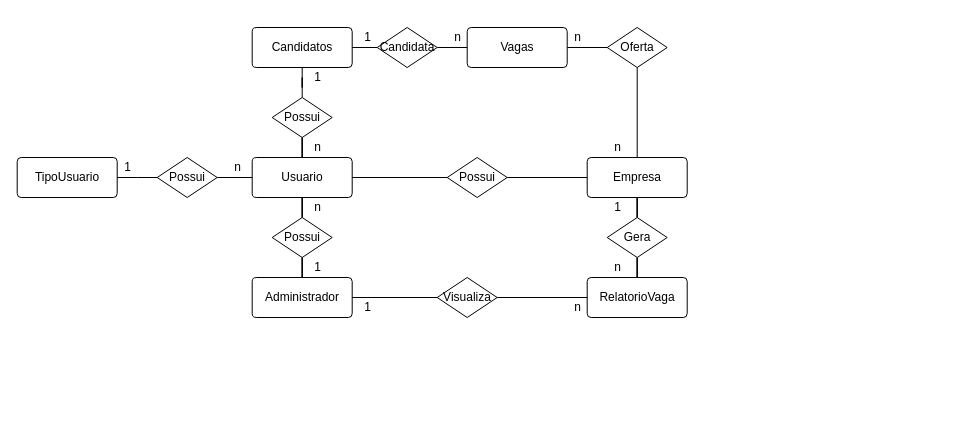
The draw.io diagram page "MODELO CONCEITUAL" (1 of 2) of ModelosEntidadeRelacionamento/MODELOs.drawio in renansalvino/GoVagas, before the edit. Source tidied: cells renumbered, new cells numbered last; positions are measured from the earlier drawing's top-left corner, leaving out a move shared by most shapes. Both pictures are drawn from the tidied source at 100%, with x=0, y=0 at pixel (17, 27).
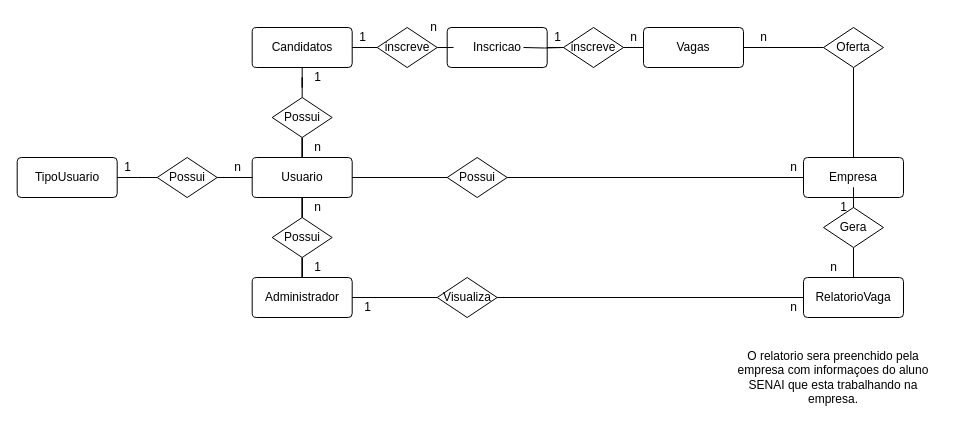
Above is the later version.

Commit message:
atualiza novamente modelos sq

The change refers to these unchanged cells:
```xml
<mxCell id="3" value="Candidatos" style="rounded=1;arcSize=10;whiteSpace=wrap;html=1;align=center;" parent="1" vertex="1">
  <mxGeometry x="234.7" width="100" height="40" as="geometry" />
</mxCell>
```

Change to the diagram source:
```diff
@@
     <mxCell id="5" value="Empresa" style="rounded=1;arcSize=10;whiteSpace=wrap;html=1;align=center;" parent="1" vertex="1">
-      <mxGeometry x="569.7" y="130" width="100" height="40" as="geometry" />
+      <mxGeometry x="786" y="130" width="100" height="40" as="geometry" />
     </mxCell>
@@
     <mxCell id="14" value="Oferta" style="shape=rhombus;perimeter=rhombusPerimeter;whiteSpace=wrap;html=1;align=center;" parent="1" vertex="1">
-      <mxGeometry x="589.7" width="60" height="40" as="geometry" />
+      <mxGeometry x="806" width="60" height="40" as="geometry" />
     </mxCell>
     <mxCell id="15" value="Vagas" style="rounded=1;arcSize=10;whiteSpace=wrap;html=1;align=center;" parent="1" vertex="1">
-      <mxGeometry x="449.7" width="100" height="40" as="geometry" />
+      <mxGeometry x="626" width="100" height="40" as="geometry" />
     </mxCell>
@@
-    <mxCell id="19" style="edgeStyle=orthogonalEdgeStyle;rounded=0;jettySize=auto;html=1;entryX=1;entryY=0.5;entryDx=0;entryDy=0;endArrow=none;endFill=0;" parent="1" edge="1" source="21" target="3">
+    <mxCell id="19" style="edgeStyle=orthogonalEdgeStyle;rounded=0;jettySize=auto;html=1;entryX=1;entryY=0.5;entryDx=0;entryDy=0;endArrow=none;endFill=0;" parent="1" edge="1" source="49" target="3">
       <mxGeometry relative="1" as="geometry" />
     </mxCell>
-    <mxCell id="20" style="edgeStyle=orthogonalEdgeStyle;rounded=0;jettySize=auto;html=1;entryX=0;entryY=0.5;entryDx=0;entryDy=0;endArrow=none;endFill=0;" parent="1" edge="1" source="21" target="15">
-      <mxGeometry relative="1" as="geometry" />
+    <mxCell id="20" style="edgeStyle=orthogonalEdgeStyle;rounded=0;jettySize=auto;html=1;entryX=0;entryY=0.5;entryDx=0;entryDy=0;endArrow=none;endFill=0;" parent="1" edge="1" source="51" target="15">
+      <mxGeometry relative="1" as="geometry">
+        <Array as="points">
+          <mxPoint x="476" y="20" />
+          <mxPoint x="476" y="20" />
+        </Array>
+      </mxGeometry>
     </mxCell>
-    <mxCell id="21" value="Candidata" style="shape=rhombus;perimeter=rhombusPerimeter;whiteSpace=wrap;html=1;align=center;" parent="1" vertex="1">
-      <mxGeometry x="359.7" width="60" height="40" as="geometry" />
-    </mxCell>
@@
     <mxCell id="26" value="RelatorioVaga" style="rounded=1;arcSize=10;whiteSpace=wrap;html=1;align=center;" parent="1" vertex="1">
-      <mxGeometry x="569.7" y="250" width="100" height="40" as="geometry" />
+      <mxGeometry x="786" y="250" width="100" height="40" as="geometry" />
     </mxCell>
@@
     <mxCell id="29" value="Gera" style="shape=rhombus;perimeter=rhombusPerimeter;whiteSpace=wrap;html=1;align=center;" parent="1" vertex="1">
-      <mxGeometry x="589.7" y="190" width="60" height="40" as="geometry" />
+      <mxGeometry x="806" y="180" width="60" height="40" as="geometry" />
     </mxCell>
@@
     <mxCell id="37" value="1" style="text;html=1;align=center;verticalAlign=middle;" parent="1" vertex="1">
-      <mxGeometry x="339.7" width="20" height="20" as="geometry" />
+      <mxGeometry x="334.7" width="20" height="20" as="geometry" />
     </mxCell>
     <mxCell id="38" value="n" style="text;html=1;align=center;verticalAlign=middle;" parent="1" vertex="1">
-      <mxGeometry x="429.7" width="20" height="20" as="geometry" />
+      <mxGeometry x="606" width="20" height="20" as="geometry" />
     </mxCell>
     <mxCell id="39" value="n" style="text;html=1;align=center;verticalAlign=middle;" parent="1" vertex="1">
-      <mxGeometry x="549.7" width="20" height="20" as="geometry" />
+      <mxGeometry x="736" width="20" height="20" as="geometry" />
     </mxCell>
     <mxCell id="40" value="n" style="text;html=1;align=center;verticalAlign=middle;" parent="1" vertex="1">
-      <mxGeometry x="589.7" y="110" width="20" height="20" as="geometry" />
+      <mxGeometry x="766" y="130" width="20" height="20" as="geometry" />
     </mxCell>
@@
     <mxCell id="44" value="n" style="text;html=1;align=center;verticalAlign=middle;" parent="1" vertex="1">
-      <mxGeometry x="549.7" y="270" width="20" height="20" as="geometry" />
+      <mxGeometry x="766" y="270" width="20" height="20" as="geometry" />
     </mxCell>
     <mxCell id="45" value="1" style="text;html=1;align=center;verticalAlign=middle;" parent="1" vertex="1">
-      <mxGeometry x="589.7" y="170" width="20" height="20" as="geometry" />
+      <mxGeometry x="816" y="170" width="20" height="20" as="geometry" />
     </mxCell>
     <mxCell id="46" value="n" style="text;html=1;align=center;verticalAlign=middle;" parent="1" vertex="1">
-      <mxGeometry x="589.7" y="230" width="20" height="20" as="geometry" />
+      <mxGeometry x="806" y="230" width="20" height="20" as="geometry" />
     </mxCell>
+    <mxCell id="47" value="O relatorio sera preenchido pela empresa com informaçoes do aluno SENAI que esta trabalhando na empresa." style="text;html=1;strokeColor=none;fillColor=none;align=center;verticalAlign=middle;whiteSpace=wrap;rounded=0;" parent="1" vertex="1">
+      <mxGeometry x="712.8" y="310" width="206.3" height="80" as="geometry" />
+    </mxCell>
+    <mxCell id="48" value="Inscricao" style="rounded=1;arcSize=10;whiteSpace=wrap;html=1;align=center;" parent="1" vertex="1">
+      <mxGeometry x="429.7" width="100" height="40" as="geometry" />
+    </mxCell>
+    <mxCell id="49" value="inscreve" style="shape=rhombus;perimeter=rhombusPerimeter;whiteSpace=wrap;html=1;align=center;" parent="1" vertex="1">
+      <mxGeometry x="359.7" width="60" height="40" as="geometry" />
+    </mxCell>
+    <mxCell id="50" style="edgeStyle=orthogonalEdgeStyle;rounded=0;jettySize=auto;html=1;entryX=1;entryY=0.5;entryDx=0;entryDy=0;endArrow=none;endFill=0;" parent="1" edge="1" target="49">
+      <mxGeometry relative="1" as="geometry">
+        <mxPoint x="436" y="20" as="sourcePoint" />
+      </mxGeometry>
+    </mxCell>
+    <mxCell id="51" value="inscreve" style="shape=rhombus;perimeter=rhombusPerimeter;whiteSpace=wrap;html=1;align=center;" parent="1" vertex="1">
+      <mxGeometry x="546" width="60" height="40" as="geometry" />
+    </mxCell>
+    <mxCell id="52" style="edgeStyle=orthogonalEdgeStyle;rounded=0;jettySize=auto;html=1;entryX=0;entryY=0.5;entryDx=0;entryDy=0;endArrow=none;endFill=0;" parent="1" edge="1" target="51">
+      <mxGeometry relative="1" as="geometry">
+        <mxPoint x="506" y="20" as="sourcePoint" />
+      </mxGeometry>
+    </mxCell>
+    <mxCell id="53" value="n" style="text;html=1;align=center;verticalAlign=middle;" parent="1" vertex="1">
+      <mxGeometry x="406" y="-10" width="20" height="20" as="geometry" />
+    </mxCell>
+    <mxCell id="54" value="1" style="text;html=1;align=center;verticalAlign=middle;" parent="1" vertex="1">
+      <mxGeometry x="529.7" width="20" height="20" as="geometry" />
+    </mxCell>
```
